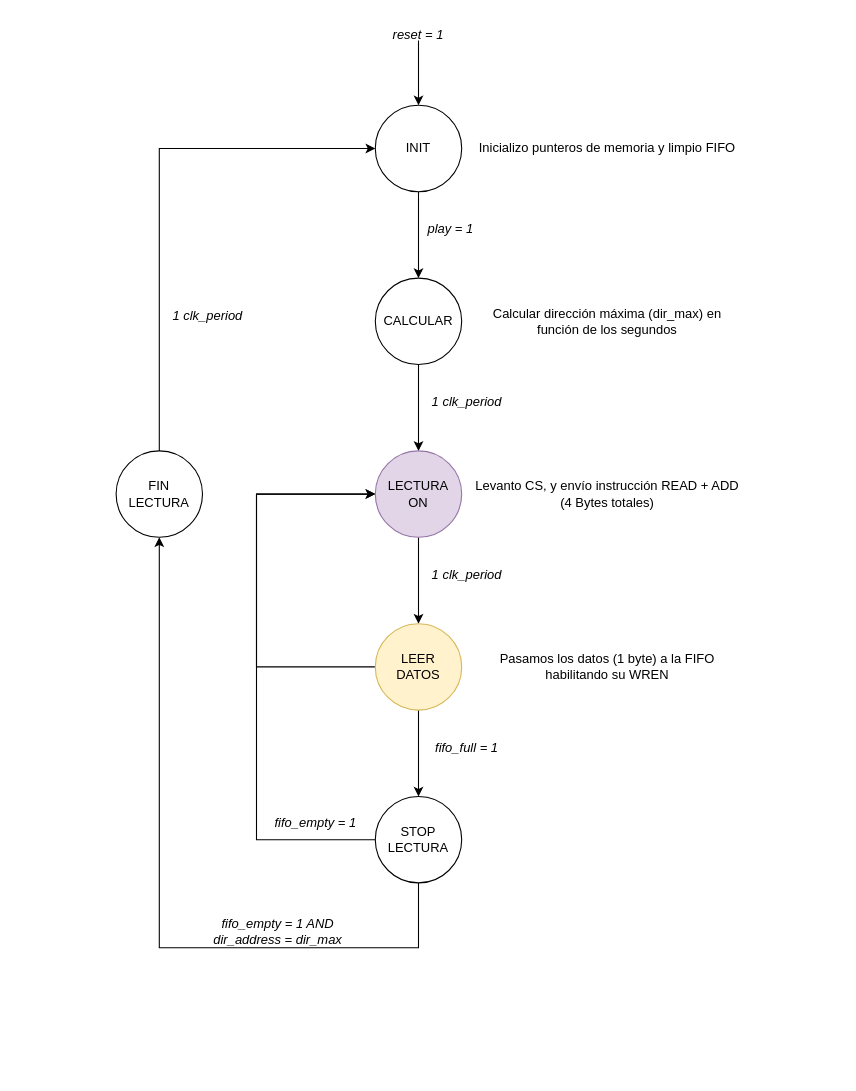
Before: SEDA_lectura_fsm.drawio in javijnb/LPRO_diagrams, a draw.io diagram. Source tidied: cells renumbered, new cells numbered last; positions are measured from the earlier drawing's top-left corner, leaving out a move shared by most shapes. Both pictures are drawn from the tidied source at 108%, with x=0, y=0 at pixel (116, 18).
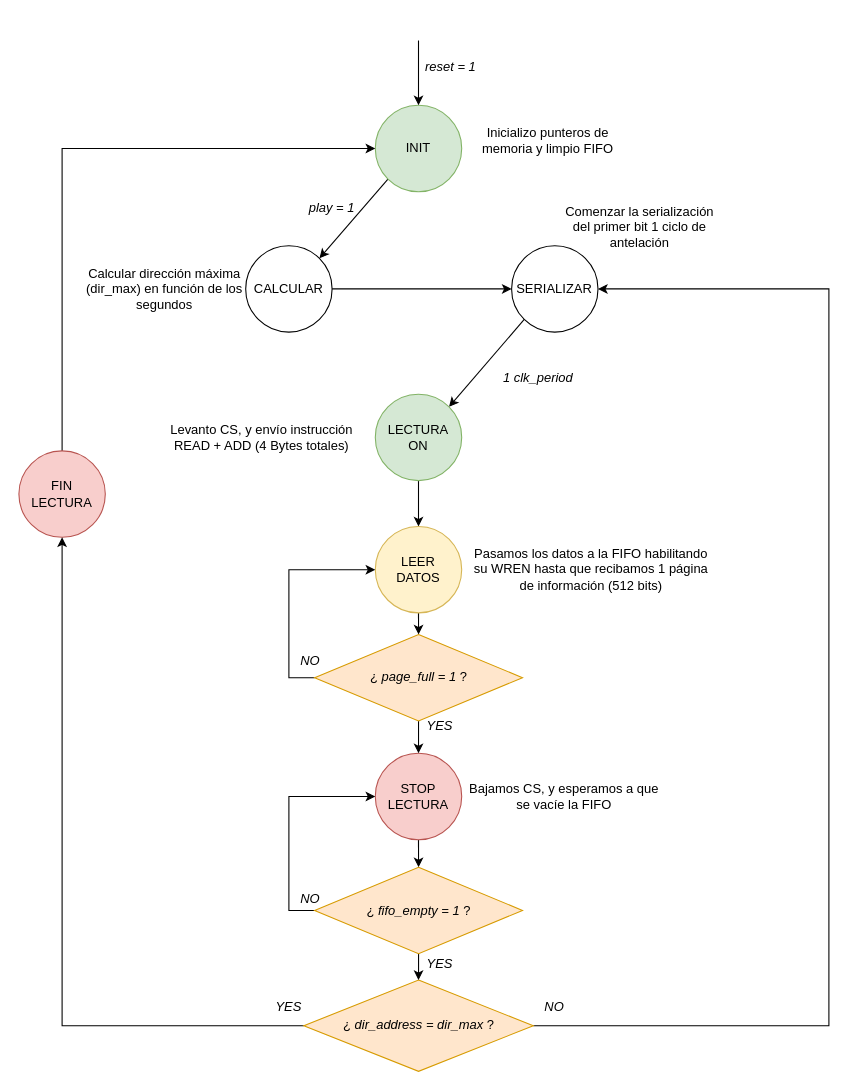
Above is the later version.

Diff of the diagram source:
```diff
@@
-    <mxCell id="2" style="edgeStyle=orthogonalEdgeStyle;rounded=0;jettySize=auto;html=1;exitX=0.5;exitY=1;exitDx=0;exitDy=0;entryX=0.5;entryY=0;entryDx=0;entryDy=0;" parent="1" edge="1" source="3" target="7">
+    <mxCell id="2" style="rounded=0;jettySize=auto;html=1;exitX=0;exitY=1;exitDx=0;exitDy=0;entryX=1;entryY=0;entryDx=0;entryDy=0;" parent="1" edge="1" source="3" target="7">
       <mxGeometry relative="1" as="geometry" />
     </mxCell>
-    <mxCell id="3" value="CALCULAR" style="ellipse;whiteSpace=wrap;html=1;" parent="1" vertex="1">
-      <mxGeometry x="240" y="240" width="80" height="80" as="geometry" />
+    <mxCell id="3" value="SERIALIZAR" style="ellipse;whiteSpace=wrap;html=1;" parent="1" vertex="1">
+      <mxGeometry x="366.2" y="210" width="80" height="80" as="geometry" />
     </mxCell>
-    <mxCell id="4" style="edgeStyle=orthogonalEdgeStyle;rounded=0;jettySize=auto;html=1;exitX=0.5;exitY=1;exitDx=0;exitDy=0;entryX=0.5;entryY=0;entryDx=0;entryDy=0;" parent="1" edge="1" source="5" target="3">
-      <mxGeometry relative="1" as="geometry" />
-    </mxCell>
+    <mxCell id="29" style="rounded=0;jettySize=auto;html=1;exitX=0;exitY=1;exitDx=0;exitDy=0;entryX=1;entryY=0;entryDx=0;entryDy=0;" parent="1" edge="1" source="5" target="50">
+      <mxGeometry relative="1" as="geometry" />
+    </mxCell>
-    <mxCell id="5" value="INIT" style="ellipse;whiteSpace=wrap;html=1;" parent="1" vertex="1">
+    <mxCell id="5" value="INIT" style="ellipse;whiteSpace=wrap;html=1;fillColor=#d5e8d4;strokeColor=#82b366;" parent="1" vertex="1">
       <mxGeometry x="240" y="80" width="80" height="80" as="geometry" />
     </mxCell>
@@
-    <mxCell id="7" value="LECTURA &lt;br&gt;ON" style="ellipse;whiteSpace=wrap;html=1;fillColor=#e1d5e7;strokeColor=#9673a6;" parent="1" vertex="1">
-      <mxGeometry x="240" y="400" width="80" height="80" as="geometry" />
+    <mxCell id="7" value="LECTURA &lt;br&gt;ON" style="ellipse;whiteSpace=wrap;html=1;fillColor=#d5e8d4;strokeColor=#82b366;" parent="1" vertex="1">
+      <mxGeometry x="240" y="347.5" width="80" height="80" as="geometry" />
     </mxCell>
-    <mxCell id="8" style="edgeStyle=orthogonalEdgeStyle;rounded=0;jettySize=auto;html=1;exitX=0.5;exitY=1;exitDx=0;exitDy=0;entryX=0.5;entryY=0;entryDx=0;entryDy=0;" parent="1" edge="1" source="10" target="13">
-      <mxGeometry relative="1" as="geometry" />
-    </mxCell>
-    <mxCell id="9" style="edgeStyle=orthogonalEdgeStyle;rounded=0;jettySize=auto;html=1;exitX=0;exitY=0.5;exitDx=0;exitDy=0;entryX=0;entryY=0.5;entryDx=0;entryDy=0;" parent="1" edge="1" source="10" target="7">
-      <mxGeometry relative="1" as="geometry">
-        <Array as="points">
-          <mxPoint x="130" y="600" />
-          <mxPoint x="130" y="440" />
-        </Array>
-      </mxGeometry>
-    </mxCell>
+    <mxCell id="30" style="edgeStyle=orthogonalEdgeStyle;rounded=0;jettySize=auto;html=1;exitX=0.5;exitY=1;exitDx=0;exitDy=0;entryX=0.5;entryY=0;entryDx=0;entryDy=0;" parent="1" edge="1" source="10" target="41">
+      <mxGeometry relative="1" as="geometry" />
+    </mxCell>
     <mxCell id="10" value="LEER &lt;br&gt;DATOS" style="ellipse;whiteSpace=wrap;html=1;fillColor=#fff2cc;strokeColor=#d6b656;" parent="1" vertex="1">
-      <mxGeometry x="240" y="560" width="80" height="80" as="geometry" />
+      <mxGeometry x="240" y="470" width="80" height="80" as="geometry" />
     </mxCell>
-    <mxCell id="11" style="edgeStyle=orthogonalEdgeStyle;rounded=0;jettySize=auto;html=1;exitX=0.5;exitY=1;exitDx=0;exitDy=0;entryX=0.5;entryY=1;entryDx=0;entryDy=0;" parent="1" edge="1" source="13" target="15">
-      <mxGeometry relative="1" as="geometry">
-        <Array as="points">
-          <mxPoint x="280" y="860" />
-          <mxPoint x="40" y="860" />
-        </Array>
-      </mxGeometry>
-    </mxCell>
-    <mxCell id="12" style="edgeStyle=orthogonalEdgeStyle;rounded=0;jettySize=auto;html=1;exitX=0;exitY=0.5;exitDx=0;exitDy=0;" parent="1" edge="1" source="13">
-      <mxGeometry relative="1" as="geometry">
-        <mxPoint x="240" y="440" as="targetPoint" />
-        <Array as="points">
-          <mxPoint x="130" y="760" />
-          <mxPoint x="130" y="440" />
-        </Array>
-      </mxGeometry>
-    </mxCell>
+    <mxCell id="31" style="edgeStyle=orthogonalEdgeStyle;rounded=0;jettySize=auto;html=1;exitX=0.5;exitY=1;exitDx=0;exitDy=0;entryX=0.5;entryY=0;entryDx=0;entryDy=0;" parent="1" edge="1" source="13" target="38">
+      <mxGeometry relative="1" as="geometry" />
+    </mxCell>
-    <mxCell id="13" value="STOP&lt;br&gt;LECTURA" style="ellipse;whiteSpace=wrap;html=1;" parent="1" vertex="1">
-      <mxGeometry x="240" y="720" width="80" height="80" as="geometry" />
+    <mxCell id="13" value="STOP&lt;br&gt;LECTURA" style="ellipse;whiteSpace=wrap;html=1;fillColor=#f8cecc;strokeColor=#b85450;" parent="1" vertex="1">
+      <mxGeometry x="240" y="680" width="80" height="80" as="geometry" />
     </mxCell>
@@
-    <mxCell id="15" value="FIN LECTURA" style="ellipse;whiteSpace=wrap;html=1;" parent="1" vertex="1">
-      <mxGeometry y="400" width="80" height="80" as="geometry" />
+    <mxCell id="15" value="FIN LECTURA" style="ellipse;whiteSpace=wrap;html=1;fillColor=#f8cecc;strokeColor=#b85450;" parent="1" vertex="1">
+      <mxGeometry x="-90" y="400" width="80" height="80" as="geometry" />
     </mxCell>
     <mxCell id="16" value="&lt;i&gt;play = 1&lt;/i&gt;" style="text;html=1;strokeColor=none;fillColor=none;align=center;verticalAlign=middle;whiteSpace=wrap;rounded=0;" parent="1" vertex="1">
-      <mxGeometry x="280" y="180" width="60" height="30" as="geometry" />
+      <mxGeometry x="170" y="160" width="60" height="30" as="geometry" />
     </mxCell>
-    <mxCell id="17" value="&lt;i&gt;1 clk_period&lt;/i&gt;" style="text;html=1;strokeColor=none;fillColor=none;align=center;verticalAlign=middle;whiteSpace=wrap;rounded=0;" parent="1" vertex="1">
-      <mxGeometry x="280" y="340" width="90" height="30" as="geometry" />
-    </mxCell>
-    <mxCell id="18" value="&lt;i&gt;1 clk_period&lt;/i&gt;" style="text;html=1;strokeColor=none;fillColor=none;align=center;verticalAlign=middle;whiteSpace=wrap;rounded=0;" parent="1" vertex="1">
-      <mxGeometry x="280" y="500" width="90" height="30" as="geometry" />
-    </mxCell>
-    <mxCell id="19" value="&lt;i&gt;fifo_full = 1&lt;/i&gt;" style="text;html=1;strokeColor=none;fillColor=none;align=center;verticalAlign=middle;whiteSpace=wrap;rounded=0;" parent="1" vertex="1">
-      <mxGeometry x="280" y="660" width="90" height="30" as="geometry" />
-    </mxCell>
-    <mxCell id="20" value="&lt;i&gt;fifo_empty = 1&lt;/i&gt;" style="text;html=1;strokeColor=none;fillColor=none;align=center;verticalAlign=middle;whiteSpace=wrap;rounded=0;" parent="1" vertex="1">
-      <mxGeometry x="140" y="730" width="90" height="30" as="geometry" />
-    </mxCell>
-    <mxCell id="21" value="&lt;i&gt;fifo_empty = 1 AND dir_address = dir_max&lt;/i&gt;" style="text;html=1;strokeColor=none;fillColor=none;align=center;verticalAlign=middle;whiteSpace=wrap;rounded=0;" parent="1" vertex="1">
-      <mxGeometry x="70" y="830" width="160" height="30" as="geometry" />
-    </mxCell>
-    <mxCell id="22" value="&lt;i&gt;1 clk_period&lt;/i&gt;" style="text;html=1;strokeColor=none;fillColor=none;align=center;verticalAlign=middle;whiteSpace=wrap;rounded=0;" parent="1" vertex="1">
-      <mxGeometry x="40" y="260" width="90" height="30" as="geometry" />
-    </mxCell>
@@
     <mxCell id="24" value="&lt;i&gt;reset = 1&lt;/i&gt;" style="text;html=1;strokeColor=none;fillColor=none;align=center;verticalAlign=middle;whiteSpace=wrap;rounded=0;" parent="1" vertex="1">
-      <mxGeometry x="250" width="60" height="30" as="geometry" />
+      <mxGeometry x="280" y="30" width="60" height="30" as="geometry" />
     </mxCell>
     <mxCell id="25" value="Calcular dirección máxima (dir_max) en función de los segundos" style="text;html=1;strokeColor=none;fillColor=none;align=center;verticalAlign=middle;whiteSpace=wrap;rounded=0;" parent="1" vertex="1">
-      <mxGeometry x="330" y="257.5" width="250" height="45" as="geometry" />
+      <mxGeometry x="-30" y="227.5" width="150" height="45" as="geometry" />
     </mxCell>
     <mxCell id="26" value="Inicializo punteros de memoria y limpio FIFO" style="text;html=1;strokeColor=none;fillColor=none;align=center;verticalAlign=middle;whiteSpace=wrap;rounded=0;" parent="1" vertex="1">
-      <mxGeometry x="330" y="97.5" width="250" height="45" as="geometry" />
+      <mxGeometry x="320" y="90" width="160" height="45" as="geometry" />
     </mxCell>
     <mxCell id="27" value="Levanto CS, y envío instrucción READ + ADD (4 Bytes totales)" style="text;html=1;strokeColor=none;fillColor=none;align=center;verticalAlign=middle;whiteSpace=wrap;rounded=0;" parent="1" vertex="1">
-      <mxGeometry x="330" y="417.5" width="250" height="45" as="geometry" />
+      <mxGeometry x="40" y="365" width="190" height="45" as="geometry" />
     </mxCell>
-    <mxCell id="28" value="Pasamos los datos (1 byte) a la FIFO habilitando su WREN" style="text;html=1;strokeColor=none;fillColor=none;align=center;verticalAlign=middle;whiteSpace=wrap;rounded=0;" parent="1" vertex="1">
-      <mxGeometry x="330" y="577.5" width="250" height="45" as="geometry" />
+    <mxCell id="28" value="Pasamos los datos a la FIFO habilitando su WREN hasta que recibamos 1 página de información (512 bits)" style="text;html=1;strokeColor=none;fillColor=none;align=center;verticalAlign=middle;whiteSpace=wrap;rounded=0;" parent="1" vertex="1">
+      <mxGeometry x="330" y="487.5" width="220" height="45" as="geometry" />
     </mxCell>
+    <mxCell id="32" value="Bajamos CS, y esperamos a que se vacíe la FIFO" style="text;html=1;strokeColor=none;fillColor=none;align=center;verticalAlign=middle;whiteSpace=wrap;rounded=0;" parent="1" vertex="1">
+      <mxGeometry x="320" y="697.5" width="190" height="45" as="geometry" />
+    </mxCell>
+    <mxCell id="33" style="edgeStyle=orthogonalEdgeStyle;rounded=0;jettySize=auto;html=1;exitX=0;exitY=0.5;exitDx=0;exitDy=0;entryX=0.5;entryY=1;entryDx=0;entryDy=0;" parent="1" edge="1" source="35" target="15">
+      <mxGeometry relative="1" as="geometry" />
+    </mxCell>
+    <mxCell id="34" style="edgeStyle=orthogonalEdgeStyle;rounded=0;jettySize=auto;html=1;exitX=1;exitY=0.5;exitDx=0;exitDy=0;entryX=1;entryY=0.5;entryDx=0;entryDy=0;" parent="1" edge="1" source="35" target="3">
+      <mxGeometry relative="1" as="geometry">
+        <Array as="points">
+          <mxPoint x="660" y="932" />
+          <mxPoint x="660" y="250" />
+        </Array>
+      </mxGeometry>
+    </mxCell>
+    <mxCell id="35" value="¿&amp;nbsp;&lt;i style=&quot;border-color: var(--border-color);&quot;&gt;dir_address = dir_max&amp;nbsp;&lt;/i&gt;?" style="rhombus;whiteSpace=wrap;html=1;fillColor=#ffe6cc;strokeColor=#d79b00;" parent="1" vertex="1">
+      <mxGeometry x="173.8" y="890" width="212.5" height="84.5" as="geometry" />
+    </mxCell>
+    <mxCell id="36" style="edgeStyle=orthogonalEdgeStyle;rounded=0;jettySize=auto;html=1;exitX=0;exitY=0.5;exitDx=0;exitDy=0;entryX=0;entryY=0.5;entryDx=0;entryDy=0;" parent="1" edge="1" source="38" target="13">
+      <mxGeometry relative="1" as="geometry">
+        <Array as="points">
+          <mxPoint x="160" y="825.5" />
+          <mxPoint x="160" y="720.5" />
+        </Array>
+      </mxGeometry>
+    </mxCell>
+    <mxCell id="37" style="edgeStyle=orthogonalEdgeStyle;rounded=0;jettySize=auto;html=1;exitX=0.5;exitY=1;exitDx=0;exitDy=0;entryX=0.5;entryY=0;entryDx=0;entryDy=0;" parent="1" edge="1" source="38" target="35">
+      <mxGeometry relative="1" as="geometry" />
+    </mxCell>
+    <mxCell id="38" value="¿&amp;nbsp;&lt;i style=&quot;border-color: var(--border-color);&quot;&gt;fifo_empty = 1&amp;nbsp;&lt;/i&gt;?" style="rhombus;whiteSpace=wrap;html=1;fillColor=#ffe6cc;strokeColor=#d79b00;" parent="1" vertex="1">
+      <mxGeometry x="183.8" y="785.5" width="192.5" height="80" as="geometry" />
+    </mxCell>
+    <mxCell id="39" style="edgeStyle=orthogonalEdgeStyle;rounded=0;jettySize=auto;html=1;exitX=0;exitY=0.5;exitDx=0;exitDy=0;entryX=0;entryY=0.5;entryDx=0;entryDy=0;" parent="1" edge="1" source="41" target="10">
+      <mxGeometry relative="1" as="geometry">
+        <Array as="points">
+          <mxPoint x="160" y="610" />
+          <mxPoint x="160" y="510" />
+        </Array>
+      </mxGeometry>
+    </mxCell>
+    <mxCell id="40" style="edgeStyle=orthogonalEdgeStyle;rounded=0;jettySize=auto;html=1;exitX=0.5;exitY=1;exitDx=0;exitDy=0;entryX=0.5;entryY=0;entryDx=0;entryDy=0;" parent="1" edge="1" source="41" target="13">
+      <mxGeometry relative="1" as="geometry" />
+    </mxCell>
+    <mxCell id="41" value="¿&amp;nbsp;&lt;i style=&quot;border-color: var(--border-color);&quot;&gt;page_full = 1&amp;nbsp;&lt;/i&gt;?" style="rhombus;whiteSpace=wrap;html=1;fillColor=#ffe6cc;strokeColor=#d79b00;" parent="1" vertex="1">
+      <mxGeometry x="183.8" y="570" width="192.5" height="80" as="geometry" />
+    </mxCell>
+    <mxCell id="42" value="&lt;i&gt;YES&lt;/i&gt;" style="text;html=1;strokeColor=none;fillColor=none;align=center;verticalAlign=middle;whiteSpace=wrap;rounded=0;" parent="1" vertex="1">
+      <mxGeometry x="270" y="640" width="60" height="30" as="geometry" />
+    </mxCell>
+    <mxCell id="43" value="&lt;i&gt;YES&lt;/i&gt;" style="text;html=1;strokeColor=none;fillColor=none;align=center;verticalAlign=middle;whiteSpace=wrap;rounded=0;" parent="1" vertex="1">
+      <mxGeometry x="270" y="860" width="60" height="30" as="geometry" />
+    </mxCell>
+    <mxCell id="44" value="&lt;i&gt;YES&lt;/i&gt;" style="text;html=1;strokeColor=none;fillColor=none;align=center;verticalAlign=middle;whiteSpace=wrap;rounded=0;" parent="1" vertex="1">
+      <mxGeometry x="130" y="900" width="60" height="30" as="geometry" />
+    </mxCell>
+    <mxCell id="45" value="&lt;i&gt;NO&lt;/i&gt;" style="text;html=1;strokeColor=none;fillColor=none;align=center;verticalAlign=middle;whiteSpace=wrap;rounded=0;" parent="1" vertex="1">
+      <mxGeometry x="376.2" y="900" width="60" height="30" as="geometry" />
+    </mxCell>
+    <mxCell id="46" value="&lt;i&gt;NO&lt;/i&gt;" style="text;html=1;strokeColor=none;fillColor=none;align=center;verticalAlign=middle;whiteSpace=wrap;rounded=0;" parent="1" vertex="1">
+      <mxGeometry x="150" y="800" width="60" height="30" as="geometry" />
+    </mxCell>
+    <mxCell id="47" value="&lt;i&gt;NO&lt;/i&gt;" style="text;html=1;strokeColor=none;fillColor=none;align=center;verticalAlign=middle;whiteSpace=wrap;rounded=0;" parent="1" vertex="1">
+      <mxGeometry x="150" y="580" width="60" height="30" as="geometry" />
+    </mxCell>
+    <mxCell id="48" value="&lt;i&gt;1 clk_period&lt;/i&gt;" style="text;html=1;strokeColor=none;fillColor=none;align=center;verticalAlign=middle;whiteSpace=wrap;rounded=0;" parent="1" vertex="1">
+      <mxGeometry x="346.2" y="317.5" width="90" height="30" as="geometry" />
+    </mxCell>
+    <mxCell id="49" style="edgeStyle=orthogonalEdgeStyle;rounded=0;jettySize=auto;html=1;exitX=1;exitY=0.5;exitDx=0;exitDy=0;entryX=0;entryY=0.5;entryDx=0;entryDy=0;" parent="1" edge="1" source="50" target="3">
+      <mxGeometry relative="1" as="geometry" />
+    </mxCell>
+    <mxCell id="50" value="CALCULAR" style="ellipse;whiteSpace=wrap;html=1;" parent="1" vertex="1">
+      <mxGeometry x="120" y="210" width="80" height="80" as="geometry" />
+    </mxCell>
+    <mxCell id="51" value="Comenzar la serialización del primer bit 1 ciclo de antelación" style="text;html=1;strokeColor=none;fillColor=none;align=center;verticalAlign=middle;whiteSpace=wrap;rounded=0;" parent="1" vertex="1">
+      <mxGeometry x="410" y="170" width="150" height="45" as="geometry" />
+    </mxCell>
```
